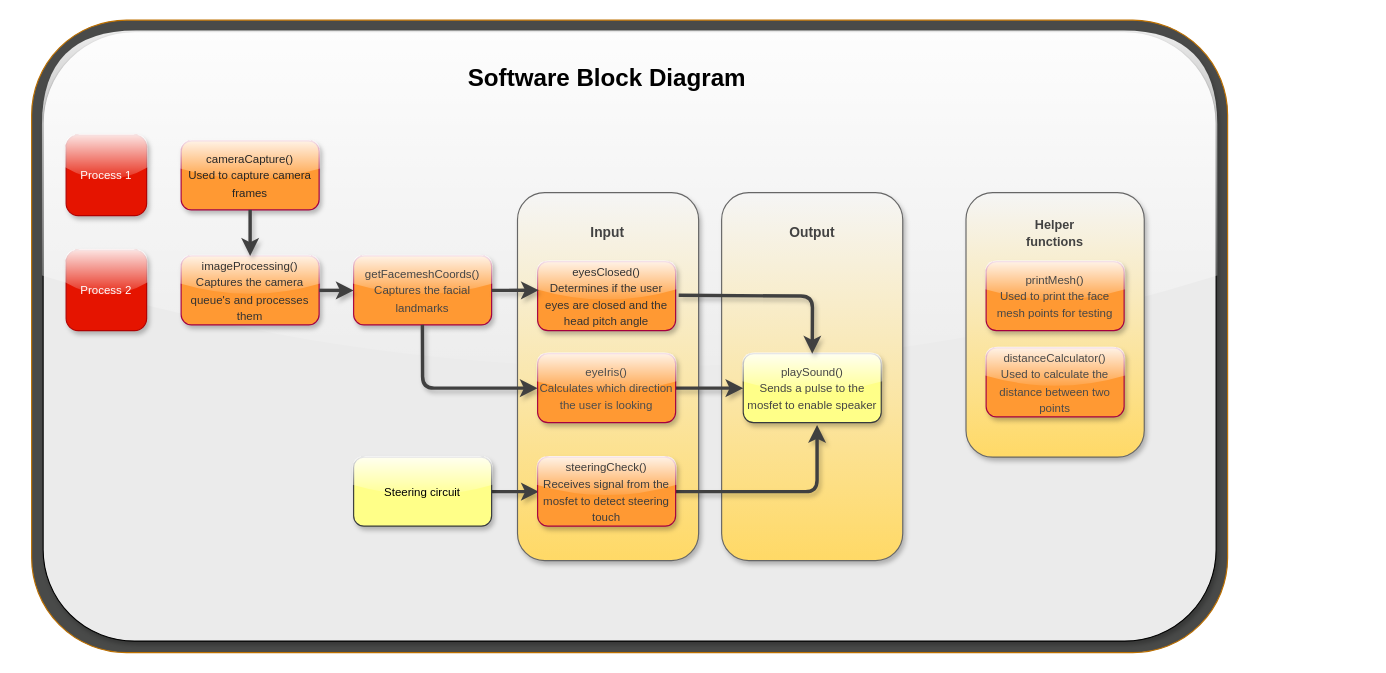
This is Untitled Diagram.drawio from mayerjaved/capstone-drowsy-driver-algorithm, a draw.io file, before an edit. Source tidied: cells renumbered, new cells numbered last; positions are measured from the earlier drawing's top-left corner, leaving out a move shared by most shapes. Both pictures are drawn from the tidied source at 115%, with x=0, y=0 at pixel (31, 20).
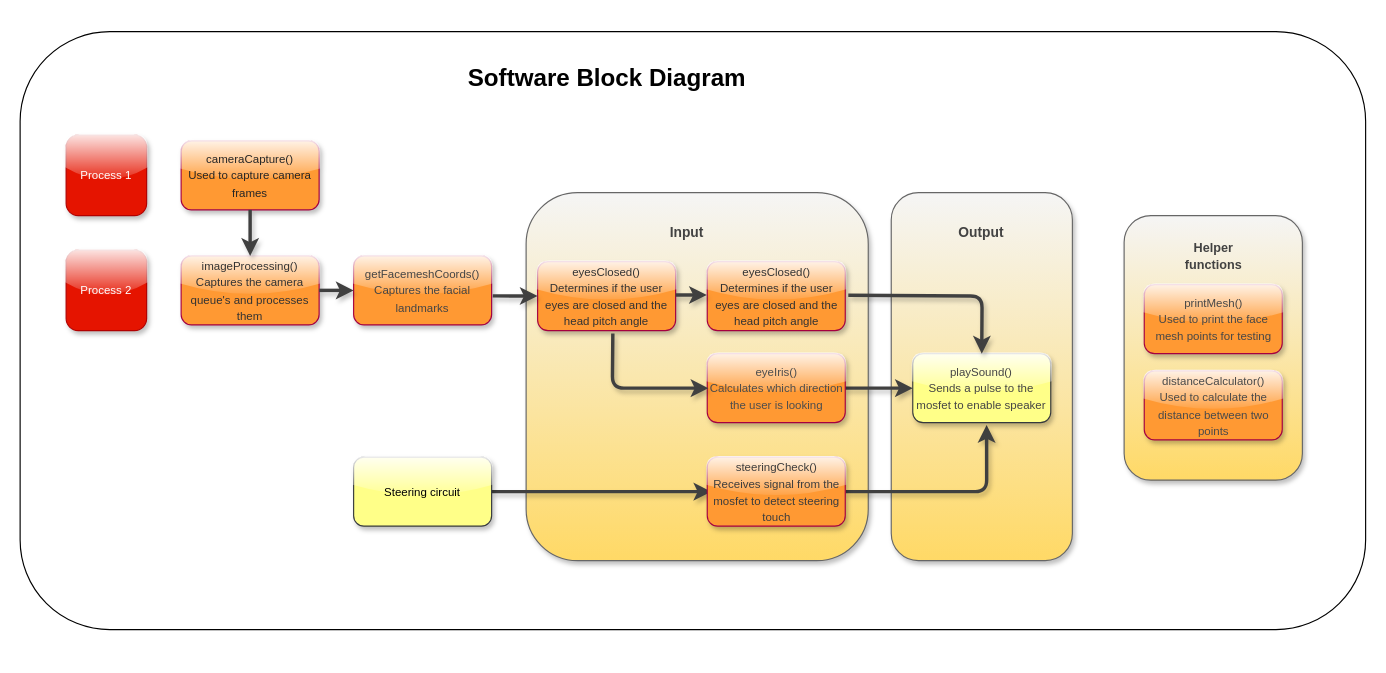
The same diagram, later.

Commit message:
Software Block Diagram.drawio

Unchanged cells that the change refers to:
```xml
<mxCell id="19" value="&lt;font style=&quot;font-size: 10px;&quot;&gt;&lt;font color=&quot;#454545&quot;&gt;getFacemeshCoords()&lt;br&gt;Captures the facial landmarks&lt;/font&gt;&lt;br&gt;&lt;/font&gt;" style="rounded=1;whiteSpace=wrap;html=1;shadow=1;glass=1;fillColor=#FF9933;fontColor=#ffffff;strokeColor=#A50040;" parent="1" vertex="1">
  <mxGeometry x="280" y="205" width="120" height="60" as="geometry" />
</mxCell>
<mxCell id="31" value="&lt;font style=&quot;font-size: 10px;&quot;&gt;Steering circuit&lt;br&gt;&lt;/font&gt;" style="rounded=1;whiteSpace=wrap;html=1;shadow=1;glass=1;fillColor=#ffff88;strokeColor=#36393d;" parent="1" vertex="1">
  <mxGeometry x="280" y="380" width="120" height="60" as="geometry" />
</mxCell>
```

Diff of the diagram source:
```diff
@@
-    <mxCell id="2" style="rounded=1;whiteSpace=wrap;html=1;fillColor=#494A49;strokeColor=#BD7000;fontColor=#000000;" parent="1" vertex="1">
-      <mxGeometry width="1040" height="550" as="geometry" />
-    </mxCell>
-    <mxCell id="3" style="rounded=1;whiteSpace=wrap;html=1;fillColor=#EBEBEB;strokeColor=default;shadow=1;glass=1;gradientColor=none;" parent="1" vertex="1">
-      <mxGeometry x="10" y="10" width="1020" height="530" as="geometry" />
-    </mxCell>
+    <mxCell id="32" style="rounded=1;whiteSpace=wrap;html=1;" parent="1" vertex="1">
+      <mxGeometry x="-10" y="10" width="1170" height="520" as="geometry" />
+    </mxCell>
-    <mxCell id="4" style="group;" parent="1" vertex="1">
-      <mxGeometry x="422.5" y="150" width="335" height="320" as="geometry" />
+    <mxCell id="4" style="fillColor=none;strokeColor=none;" parent="1" vertex="1">
+      <mxGeometry x="570" y="150" width="335" height="320" as="geometry" />
     </mxCell>
@@
     <mxCell id="6" style="rounded=1;whiteSpace=wrap;html=1;align=center;fillColor=#f5f5f5;strokeColor=#666666;fontColor=#333333;gradientColor=#FFD966;glass=0;shadow=1;" parent="4" vertex="1">
-      <mxGeometry width="157.5" height="320" as="geometry" />
+      <mxGeometry x="-140" width="297.5" height="320" as="geometry" />
     </mxCell>
-    <mxCell id="7" value="&lt;b&gt;&lt;font color=&quot;#424242&quot;&gt;Input&lt;/font&gt;&lt;/b&gt;" style="text;html=1;strokeColor=none;fillColor=none;align=center;verticalAlign=middle;whiteSpace=wrap;rounded=0;" parent="4" vertex="1">
-      <mxGeometry x="48.8" y="20" width="60" height="30" as="geometry" />
-    </mxCell>
@@
-    <mxCell id="9" style="endArrow=classic;html=1;rounded=1;strokeWidth=3;shadow=1;strokeColor=#404040;exitX=1;exitY=0.5;exitDx=0;exitDy=0;entryX=0.008;entryY=0.416;entryDx=0;entryDy=0;entryPerimeter=0;" parent="4" edge="1">
-      <mxGeometry relative="1" as="geometry">
-        <mxPoint x="-22.5" y="260" as="sourcePoint" />
-        <mxPoint x="18.5" y="260" as="targetPoint" />
-      </mxGeometry>
-    </mxCell>
@@
+    <mxCell id="33" style="endArrow=classic;html=1;rounded=1;strokeWidth=3;shadow=1;strokeColor=#404040;entryX=0.008;entryY=0.416;entryDx=0;entryDy=0;entryPerimeter=0;exitX=1;exitY=0.5;exitDx=0;exitDy=0;" parent="4" edge="1" source="31">
+      <mxGeometry relative="1" as="geometry">
+        <mxPoint x="21" y="260" as="targetPoint" />
+      </mxGeometry>
+    </mxCell>
     <mxCell id="12" style="rounded=1;whiteSpace=wrap;html=1;align=center;fillColor=#f5f5f5;strokeColor=#666666;fontColor=#333333;gradientColor=#FFD966;glass=0;shadow=1;" parent="1" vertex="1">
-      <mxGeometry x="812.5" y="150" width="155" height="230" as="geometry" />
+      <mxGeometry x="950" y="170" width="155" height="230" as="geometry" />
     </mxCell>
@@
     <mxCell id="20" value="&lt;font style=&quot;font-size: 10px;&quot;&gt;&lt;font style=&quot;font-size: 10px;&quot; color=&quot;#333333&quot;&gt;eyesClosed()&lt;br&gt;Determines if the user eyes are closed and the head pitch angle&lt;/font&gt;&lt;br&gt;&lt;/font&gt;" style="rounded=1;whiteSpace=wrap;html=1;shadow=1;glass=1;fillColor=#FF9933;fontColor=#ffffff;strokeColor=#A50040;" parent="1" vertex="1">
-      <mxGeometry x="440" y="210" width="120" height="60" as="geometry" />
+      <mxGeometry x="587.5" y="210" width="120" height="60" as="geometry" />
     </mxCell>
     <mxCell id="21" value="&lt;font style=&quot;font-size: 10px;&quot;&gt;&lt;font color=&quot;#4d4d4d&quot;&gt;&lt;font style=&quot;font-size: 10px;&quot;&gt;eyeIris()&lt;br&gt;&lt;/font&gt;Calculates which direction the user is looking&lt;/font&gt;&lt;br&gt;&lt;/font&gt;" style="rounded=1;whiteSpace=wrap;html=1;shadow=1;glass=1;fillColor=#FF9933;fontColor=#ffffff;strokeColor=#A50040;" parent="1" vertex="1">
-      <mxGeometry x="440" y="290" width="120" height="60" as="geometry" />
+      <mxGeometry x="587.5" y="290" width="120" height="60" as="geometry" />
     </mxCell>
     <mxCell id="22" value="&lt;font style=&quot;font-size: 10px;&quot;&gt;&lt;font color=&quot;#4a4a4a&quot;&gt;&lt;font style=&quot;font-size: 10px;&quot;&gt;distanceCalculator()&lt;br&gt;&lt;/font&gt;Used to calculate the distance between two points&lt;/font&gt;&lt;br&gt;&lt;/font&gt;" style="rounded=1;whiteSpace=wrap;html=1;shadow=1;glass=1;fillColor=#FF9933;fontColor=#ffffff;strokeColor=#A50040;" parent="1" vertex="1">
-      <mxGeometry x="830" y="285" width="120" height="60" as="geometry" />
+      <mxGeometry x="967.5" y="305" width="120" height="60" as="geometry" />
     </mxCell>
     <mxCell id="23" value="&lt;font style=&quot;font-size: 10px;&quot;&gt;&lt;font color=&quot;#3d3d3d&quot;&gt;&lt;font style=&quot;font-size: 10px;&quot;&gt;steeringCheck()&lt;br&gt;&lt;/font&gt;Receives signal from the mosfet to detect steering touch&lt;/font&gt;&lt;br&gt;&lt;/font&gt;" style="rounded=1;whiteSpace=wrap;html=1;shadow=1;glass=1;fillColor=#FF9933;fontColor=#ffffff;strokeColor=#A50040;" parent="1" vertex="1">
-      <mxGeometry x="440" y="380" width="120" height="60" as="geometry" />
+      <mxGeometry x="587.5" y="380" width="120" height="60" as="geometry" />
     </mxCell>
     <mxCell id="24" value="&lt;font style=&quot;font-size: 10px;&quot;&gt;&lt;font color=&quot;#474747&quot;&gt;&lt;font style=&quot;font-size: 10px;&quot;&gt;printMesh()&lt;br&gt;&lt;/font&gt;Used to print the face mesh points for testing&lt;/font&gt;&lt;br&gt;&lt;/font&gt;" style="rounded=1;whiteSpace=wrap;html=1;shadow=1;glass=1;fillColor=#FF9933;fontColor=#ffffff;strokeColor=#A50040;" parent="1" vertex="1">
-      <mxGeometry x="830" y="210" width="120" height="60" as="geometry" />
+      <mxGeometry x="967.5" y="230" width="120" height="60" as="geometry" />
     </mxCell>
     <mxCell id="25" value="&lt;font style=&quot;font-size: 10px;&quot;&gt;&lt;font color=&quot;#454545&quot;&gt;&lt;font style=&quot;font-size: 10px;&quot;&gt;playSound()&lt;br&gt;&lt;/font&gt;Sends a pulse to the mosfet to enable speaker&lt;/font&gt;&lt;br&gt;&lt;/font&gt;" style="rounded=1;whiteSpace=wrap;html=1;shadow=1;glass=1;fillColor=#ffff88;strokeColor=#36393d;" parent="1" vertex="1">
-      <mxGeometry x="618.8" y="290" width="120" height="60" as="geometry" />
+      <mxGeometry x="766.2" y="290" width="120" height="60" as="geometry" />
     </mxCell>
     <mxCell id="26" value="&lt;b&gt;&lt;font style=&quot;font-size: 11px;&quot; color=&quot;#424242&quot;&gt;Helper functions&lt;/font&gt;&lt;/b&gt;" style="text;html=1;strokeColor=none;fillColor=none;align=center;verticalAlign=middle;whiteSpace=wrap;rounded=0;" parent="1" vertex="1">
-      <mxGeometry x="860" y="170" width="60" height="30" as="geometry" />
+      <mxGeometry x="997.5" y="190" width="60" height="30" as="geometry" />
     </mxCell>
@@
-    <mxCell id="28" style="endArrow=classic;html=1;rounded=1;strokeWidth=3;shadow=1;strokeColor=#404040;exitX=1;exitY=0.5;exitDx=0;exitDy=0;entryX=0.008;entryY=0.416;entryDx=0;entryDy=0;entryPerimeter=0;" parent="1" edge="1" source="19" target="20">
-      <mxGeometry relative="1" as="geometry" />
-    </mxCell>
-    <mxCell id="29" style="endArrow=classic;html=1;rounded=1;strokeWidth=3;shadow=1;strokeColor=#404040;exitX=0.5;exitY=1;exitDx=0;exitDy=0;entryX=0;entryY=0.5;entryDx=0;entryDy=0;" parent="1" edge="1" target="21">
-      <mxGeometry relative="1" as="geometry">
-        <mxPoint x="339.8" y="265" as="sourcePoint" />
-        <Array as="points">
-          <mxPoint x="340" y="320" />
-        </Array>
-      </mxGeometry>
-    </mxCell>
     <mxCell id="30" style="endArrow=classic;html=1;rounded=1;strokeWidth=3;shadow=1;strokeColor=#404040;exitX=1.022;exitY=0.488;exitDx=0;exitDy=0;entryX=0.5;entryY=0;entryDx=0;entryDy=0;exitPerimeter=0;" parent="1" edge="1" source="20" target="25">
       <mxGeometry relative="1" as="geometry">
         <Array as="points">
-          <mxPoint x="679" y="240" />
+          <mxPoint x="826.5" y="240" />
         </Array>
       </mxGeometry>
     </mxCell>
@@
+    <mxCell id="34" value="&lt;font style=&quot;font-size: 10px;&quot;&gt;&lt;font style=&quot;font-size: 10px;&quot; color=&quot;#333333&quot;&gt;eyesClosed()&lt;br&gt;Determines if the user eyes are closed and the head pitch angle&lt;/font&gt;&lt;br&gt;&lt;/font&gt;" style="rounded=1;whiteSpace=wrap;html=1;shadow=1;glass=1;fillColor=#FF9933;fontColor=#ffffff;strokeColor=#A50040;" parent="1" vertex="1">
+      <mxGeometry x="440" y="210" width="120" height="60" as="geometry" />
+    </mxCell>
+    <mxCell id="35" style="endArrow=classic;html=1;rounded=1;strokeWidth=3;shadow=1;strokeColor=#404040;entryX=-0.003;entryY=0.485;entryDx=0;entryDy=0;entryPerimeter=0;" parent="1" edge="1" target="20">
+      <mxGeometry relative="1" as="geometry">
+        <mxPoint x="560" y="239" as="sourcePoint" />
+      </mxGeometry>
+    </mxCell>
+    <mxCell id="9" style="endArrow=classic;html=1;rounded=1;strokeWidth=3;shadow=1;strokeColor=#404040;exitX=0.545;exitY=1.042;exitDx=0;exitDy=0;entryX=0.008;entryY=0.416;entryDx=0;entryDy=0;entryPerimeter=0;exitPerimeter=0;" parent="1" edge="1" source="34">
+      <mxGeometry relative="1" as="geometry">
+        <mxPoint x="588.5" y="320" as="targetPoint" />
+        <Array as="points">
+          <mxPoint x="505" y="320" />
+        </Array>
+      </mxGeometry>
+    </mxCell>
+    <mxCell id="36" style="endArrow=classic;html=1;rounded=1;strokeWidth=3;shadow=1;strokeColor=#404040;entryX=-0.003;entryY=0.485;entryDx=0;entryDy=0;entryPerimeter=0;exitX=1.008;exitY=0.58;exitDx=0;exitDy=0;exitPerimeter=0;" parent="1" edge="1" source="19">
+      <mxGeometry relative="1" as="geometry">
+        <mxPoint x="440" y="239.9" as="targetPoint" />
+      </mxGeometry>
+    </mxCell>
+    <mxCell id="7" value="&lt;b&gt;&lt;font color=&quot;#424242&quot;&gt;Input&lt;/font&gt;&lt;/b&gt;" style="text;html=1;strokeColor=none;fillColor=none;align=center;verticalAlign=middle;whiteSpace=wrap;rounded=0;" parent="1" vertex="1">
+      <mxGeometry x="540" y="170" width="60" height="30" as="geometry" />
+    </mxCell>
```
